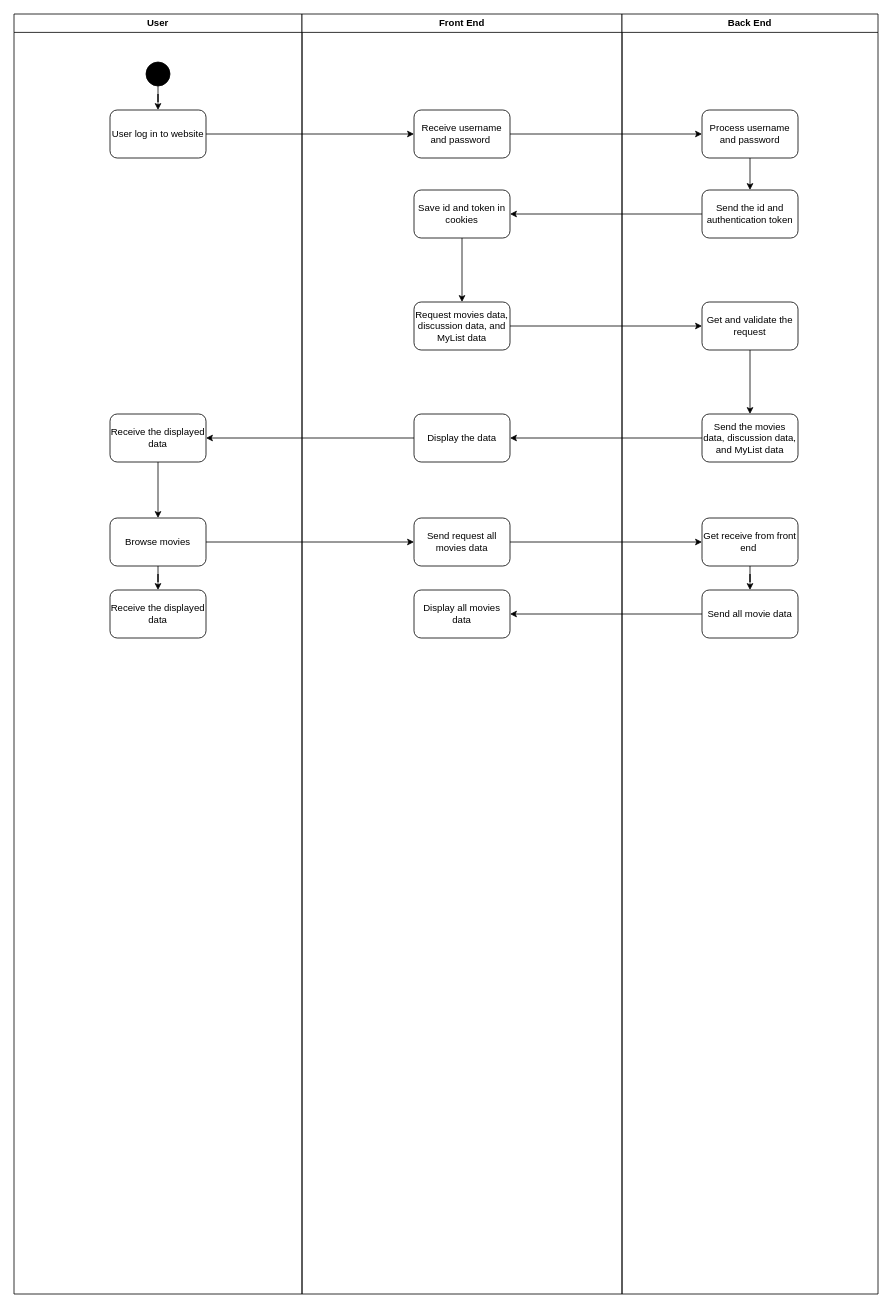
Before: ActivityDiagram .drawio in randyisalive/MovieList-FinalProject, a draw.io diagram. Source tidied: cells renumbered, new cells numbered last; positions are measured from the earlier drawing's top-left corner, leaving out a move shared by most shapes. Both pictures are drawn from the tidied source at 80%, with x=0, y=0 at pixel (14, 14).
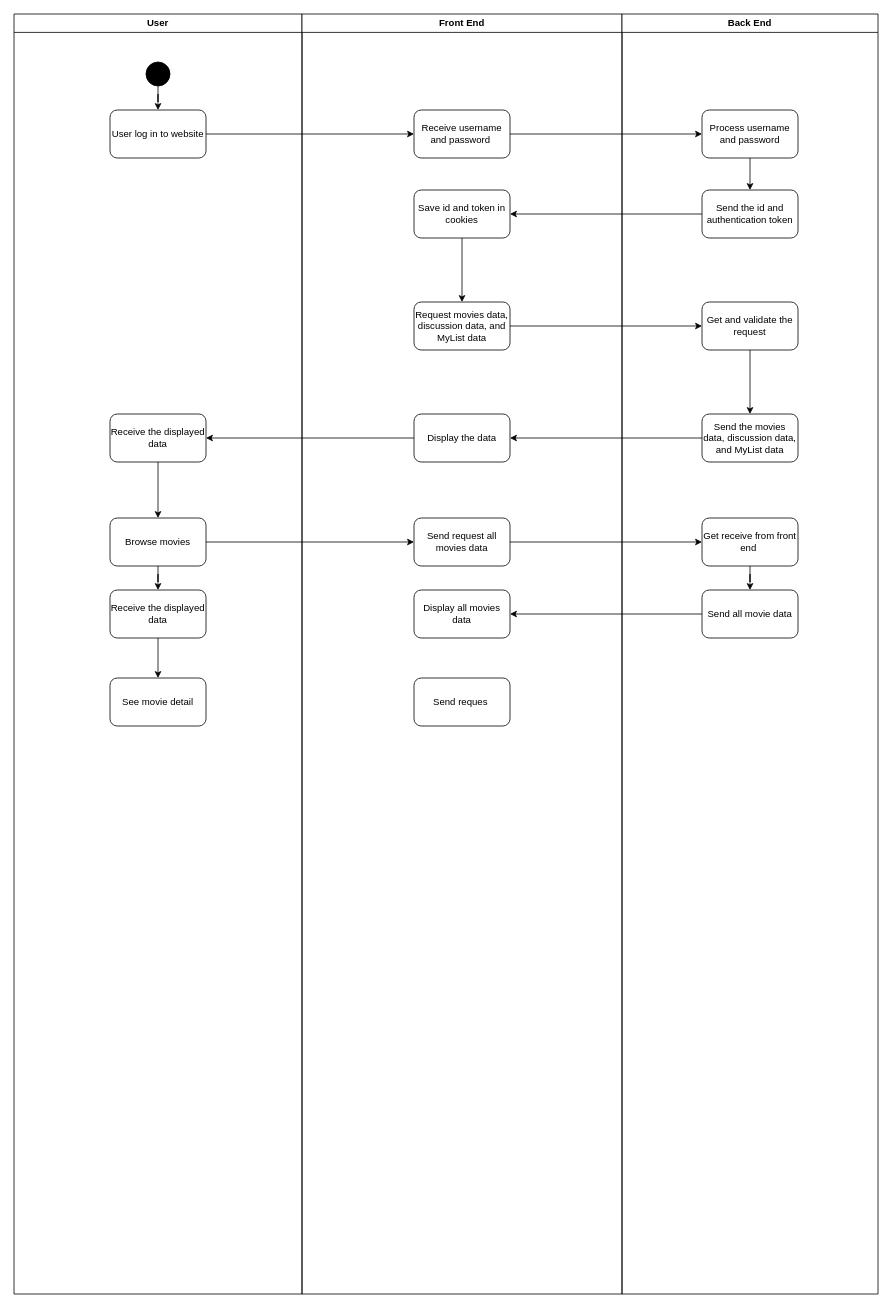
The same diagram, later.

Unchanged cells that the change refers to:
```xml
<mxCell id="2" value="User" style="swimlane;whiteSpace=wrap;html=1;" parent="1" vertex="1">
  <mxGeometry width="360" height="1600" as="geometry" />
</mxCell>
<mxCell id="10" value="Receive the displayed data" style="rounded=1;whiteSpace=wrap;html=1;" parent="2" vertex="1">
  <mxGeometry x="120" y="720" width="120" height="60" as="geometry" />
</mxCell>
<mxCell id="11" value="Front End" style="swimlane;whiteSpace=wrap;html=1;" parent="1" vertex="1">
  <mxGeometry x="360" width="400" height="1600" as="geometry" />
</mxCell>
```

What changed in the source:
```diff
@@
+    <mxCell id="38" style="edgeStyle=orthogonalEdgeStyle;rounded=0;jettySize=auto;html=1;" parent="2" edge="1" source="10" target="39">
+      <mxGeometry relative="1" as="geometry" />
+    </mxCell>
@@
+    <mxCell id="39" value="See movie detail" style="rounded=1;whiteSpace=wrap;html=1;" parent="2" vertex="1">
+      <mxGeometry x="120" y="830" width="120" height="60" as="geometry" />
+    </mxCell>
@@
+    <mxCell id="40" value="Send reques&amp;nbsp;" style="rounded=1;whiteSpace=wrap;html=1;" parent="11" vertex="1">
+      <mxGeometry x="140" y="830" width="120" height="60" as="geometry" />
+    </mxCell>
```
